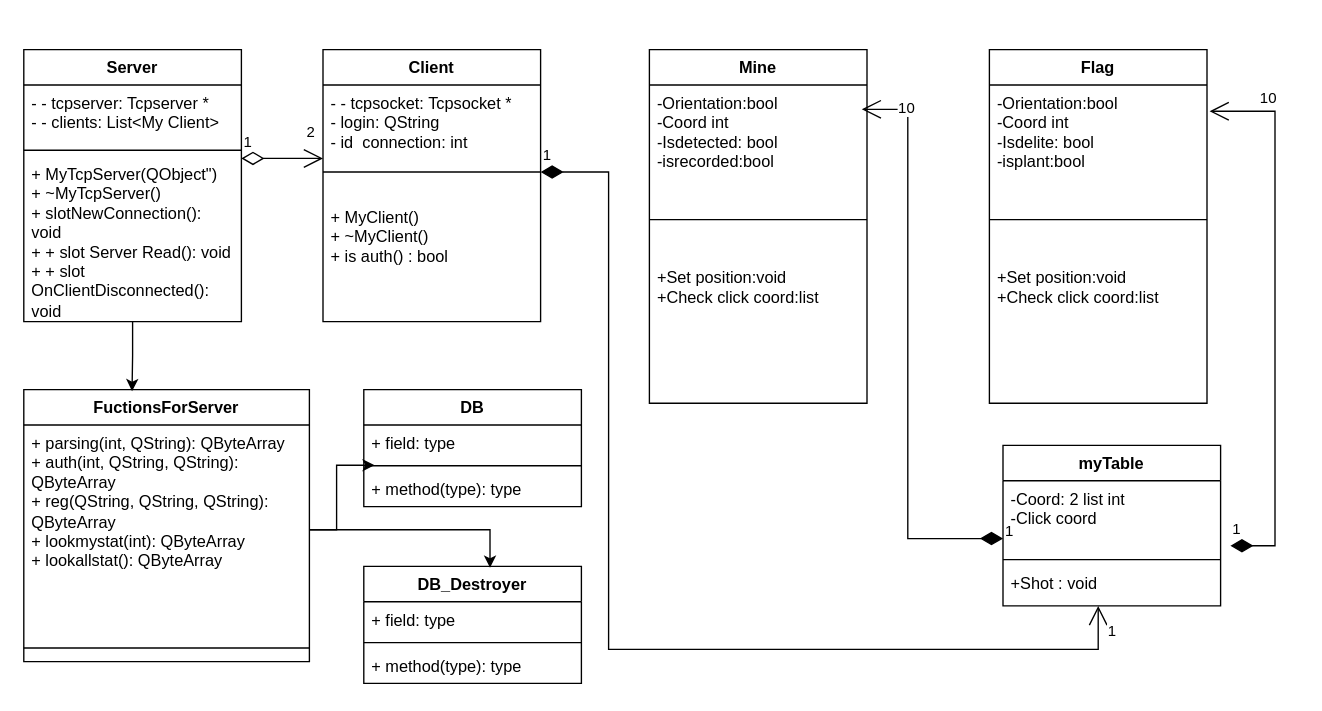
Galaxy-1337/Project_TMP keeps this draw.io diagram as Диаграмма.drawio. Above is the earlier version. Source tidied: cells renumbered, new cells numbered last; positions are measured from the earlier drawing's top-left corner, leaving out a move shared by most shapes. Both pictures are drawn from the tidied source at 136%, with x=0, y=0 at pixel (23, 49).
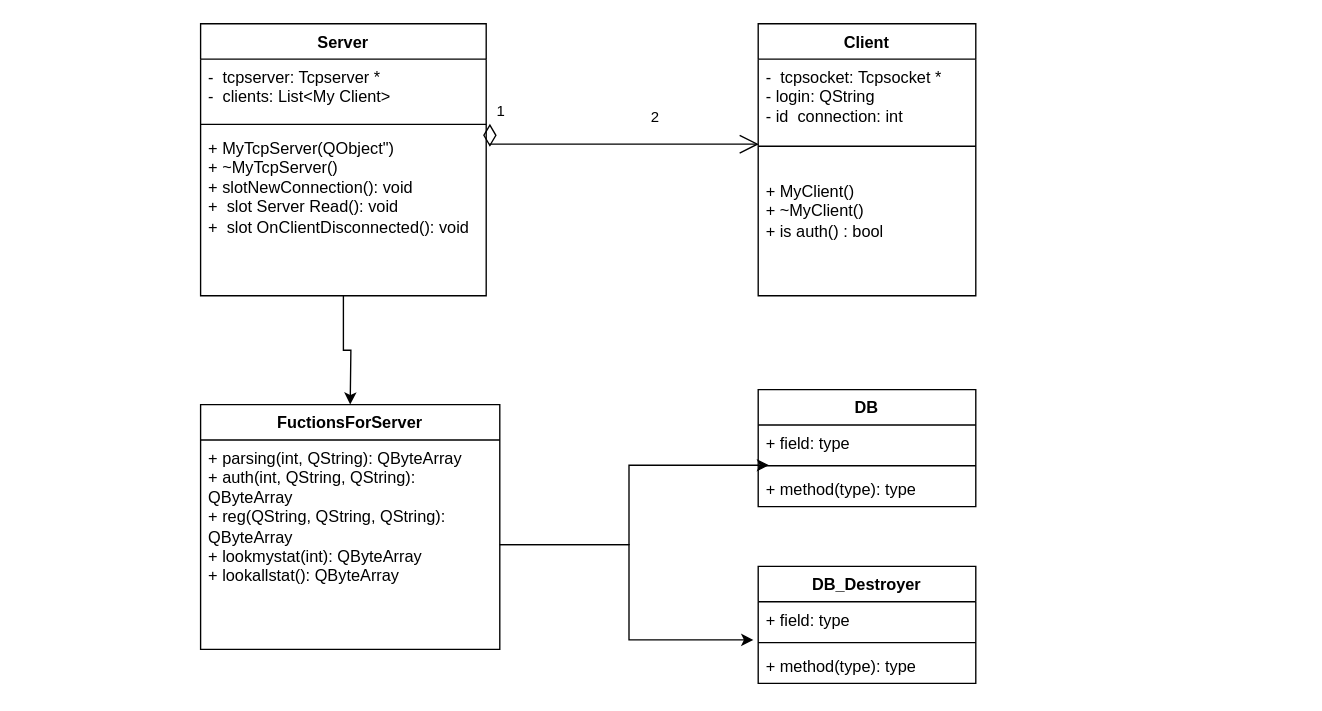
Above is the later version.

The change refers to these unchanged cells:
```xml
<mxCell id="4" style="line;strokeWidth=1;fillColor=none;align=left;verticalAlign=middle;spacingTop=-1;spacingLeft=3;spacingRight=3;labelPosition=right;points=[];portConstraint=eastwest;strokeColor=inherit;" parent="2" vertex="1">
  <mxGeometry y="70" width="160" height="40" as="geometry" />
</mxCell>
<mxCell id="14" value="+ field: type" style="text;strokeColor=none;fillColor=none;align=left;verticalAlign=top;spacingLeft=4;spacingRight=4;overflow=hidden;points=[[0,0.5],[1,0.5]];portConstraint=eastwest;whiteSpace=wrap;html=1;" parent="13" vertex="1">
  <mxGeometry y="26" width="160" height="26" as="geometry" />
</mxCell>
```

Change to the diagram source:
```diff
@@
     <mxCell id="2" value="Client" style="swimlane;fontStyle=1;align=center;verticalAlign=top;horizontal=1;startSize=26;whiteSpace=wrap;html=1;" parent="1" vertex="1">
-      <mxGeometry x="220" width="160" height="200" as="geometry" />
+      <mxGeometry x="540" y="-19" width="160" height="200" as="geometry" />
     </mxCell>
-    <mxCell id="3" value="&lt;div&gt;- - tcpsocket: Tcpsocket *&lt;/div&gt;&lt;div&gt;- login: QString&lt;/div&gt;&lt;div&gt;- id_connection: int&lt;/div&gt;" style="text;strokeColor=none;fillColor=none;align=left;verticalAlign=top;spacingLeft=4;spacingRight=4;overflow=hidden;whiteSpace=wrap;html=1;" parent="2" vertex="1">
+    <mxCell id="3" value="&lt;div&gt;-&amp;nbsp; tcpsocket: Tcpsocket *&lt;/div&gt;&lt;div&gt;- login: QString&lt;/div&gt;&lt;div&gt;- id_connection: int&lt;/div&gt;" style="text;strokeColor=none;fillColor=none;align=left;verticalAlign=top;spacingLeft=4;spacingRight=4;overflow=hidden;whiteSpace=wrap;html=1;" parent="2" vertex="1">
       <mxGeometry y="26" width="160" height="44" as="geometry" />
     </mxCell>
@@
     <mxCell id="6" value="Server" style="swimlane;fontStyle=1;align=center;verticalAlign=top;horizontal=1;startSize=26;whiteSpace=wrap;html=1;" parent="1" vertex="1">
-      <mxGeometry width="160" height="200" as="geometry" />
+      <mxGeometry x="130" y="-19" width="210" height="200" as="geometry" />
     </mxCell>
-    <mxCell id="7" value="- - tcpserver: Tcpserver *&lt;div&gt;- - clients: List&amp;lt;My Client&amp;gt;&lt;/div&gt;" style="text;strokeColor=none;fillColor=none;align=left;verticalAlign=top;spacingLeft=4;spacingRight=4;overflow=hidden;whiteSpace=wrap;html=1;" parent="6" vertex="1">
-      <mxGeometry y="26" width="160" height="44" as="geometry" />
+    <mxCell id="7" value="-&amp;nbsp; tcpserver: Tcpserver *&lt;div&gt;-&amp;nbsp; clients: List&amp;lt;My Client&amp;gt;&lt;/div&gt;" style="text;strokeColor=none;fillColor=none;align=left;verticalAlign=top;spacingLeft=4;spacingRight=4;overflow=hidden;whiteSpace=wrap;html=1;" parent="6" vertex="1">
+      <mxGeometry y="26" width="210" height="44" as="geometry" />
     </mxCell>
     <mxCell id="8" style="line;strokeWidth=1;fillColor=none;align=left;verticalAlign=middle;spacingTop=-1;spacingLeft=3;spacingRight=3;labelPosition=right;strokeColor=inherit;" parent="6" vertex="1">
-      <mxGeometry y="70" width="160" height="8" as="geometry" />
+      <mxGeometry y="70" width="210" height="8" as="geometry" />
     </mxCell>
-    <mxCell id="9" value="&lt;div&gt;+ MyTcpServer(QObject&quot;)&lt;/div&gt;&lt;div&gt;+ ~MyTcpServer()&lt;/div&gt;&lt;div&gt;+ slotNewConnection(): void&lt;/div&gt;&lt;div&gt;+ + slot Server Read(): void&lt;/div&gt;&lt;div&gt;+ + slot OnClientDisconnected(): void&lt;/div&gt;" style="text;strokeColor=none;fillColor=none;align=left;verticalAlign=top;spacingLeft=4;spacingRight=4;overflow=hidden;points=[[0,0.5],[1,0.5]];portConstraint=eastwest;whiteSpace=wrap;html=1;" parent="6" vertex="1">
-      <mxGeometry y="78" width="160" height="122" as="geometry" />
+    <mxCell id="9" value="&lt;div&gt;+ MyTcpServer(QObject&quot;)&lt;/div&gt;&lt;div&gt;+ ~MyTcpServer()&lt;/div&gt;&lt;div&gt;+ slotNewConnection(): void&lt;/div&gt;&lt;div&gt;+&amp;nbsp; slot Server Read(): void&lt;/div&gt;&lt;div&gt;+&amp;nbsp; slot OnClientDisconnected(): void&lt;/div&gt;" style="text;strokeColor=none;fillColor=none;align=left;verticalAlign=top;spacingLeft=4;spacingRight=4;overflow=hidden;points=[[0,0.5],[1,0.5]];portConstraint=eastwest;whiteSpace=wrap;html=1;" parent="6" vertex="1">
+      <mxGeometry y="78" width="210" height="122" as="geometry" />
     </mxCell>
     <mxCell id="10" value="FuctionsForServer" style="swimlane;fontStyle=1;align=center;verticalAlign=top;horizontal=1;startSize=26;whiteSpace=wrap;html=1;" parent="1" vertex="1">
-      <mxGeometry y="250" width="210" height="200" as="geometry" />
+      <mxGeometry x="130" y="261" width="220" height="180" as="geometry" />
     </mxCell>
     <mxCell id="11" value="&lt;div&gt;+ parsing(int, QString): QByteArray&lt;/div&gt;&lt;div&gt;+ auth(int, QString, QString): QByteArray&lt;/div&gt;&lt;div&gt;+ reg(QString, QString, QString):&lt;/div&gt;&lt;div&gt;QByteArray&lt;/div&gt;&lt;div&gt;+ lookmystat(int): QByteArray&lt;/div&gt;&lt;div&gt;+ lookallstat(): QByteArray&lt;/div&gt;" style="text;strokeColor=none;fillColor=none;align=left;verticalAlign=top;spacingLeft=4;spacingRight=4;overflow=hidden;points=[[0,0.5],[1,0.5]];portConstraint=eastwest;whiteSpace=wrap;html=1;" parent="10" vertex="1">
-      <mxGeometry y="26" width="210" height="154" as="geometry" />
+      <mxGeometry y="26" width="220" height="154" as="geometry" />
     </mxCell>
-    <mxCell id="12" style="line;strokeWidth=1;fillColor=none;align=left;verticalAlign=middle;spacingTop=-1;spacingLeft=3;spacingRight=3;labelPosition=right;strokeColor=inherit;" parent="10" vertex="1">
-      <mxGeometry y="180" width="210" height="20" as="geometry" />
-    </mxCell>
     <mxCell id="13" value="DB_Destroyer" style="swimlane;fontStyle=1;align=center;verticalAlign=top;horizontal=1;startSize=26;whiteSpace=wrap;html=1;" parent="1" vertex="1">
-      <mxGeometry x="250" y="380" width="160" height="86" as="geometry" />
+      <mxGeometry x="540" y="380" width="160" height="86" as="geometry" />
     </mxCell>
@@
     <mxCell id="17" value="DB" style="swimlane;fontStyle=1;align=center;verticalAlign=top;horizontal=1;startSize=26;whiteSpace=wrap;html=1;" parent="1" vertex="1">
-      <mxGeometry x="250" y="250" width="160" height="86" as="geometry" />
+      <mxGeometry x="540" y="250" width="160" height="86" as="geometry" />
     </mxCell>
@@
-    <mxCell id="21" value="1" style="endArrow=open;html=1;endSize=12;startArrow=diamondThin;startSize=14;startFill=0;edgeStyle=orthogonalEdgeStyle;align=left;verticalAlign=bottom;rounded=0;strokeWidth=1;" parent="1" edge="1">
+    <mxCell id="21" value="1" style="endArrow=open;html=1;endSize=12;startArrow=diamondThin;startSize=14;startFill=0;edgeStyle=orthogonalEdgeStyle;align=left;verticalAlign=bottom;rounded=0;strokeWidth=1;exitX=1.013;exitY=-0.037;exitDx=0;exitDy=0;exitPerimeter=0;entryX=0.003;entryY=0.463;entryDx=0;entryDy=0;entryPerimeter=0;" parent="1" edge="1" source="9" target="4">
       <mxGeometry x="-1" y="3" relative="1" as="geometry">
-        <mxPoint x="160" y="80" as="sourcePoint" />
-        <mxPoint x="220" y="80" as="targetPoint" />
+        <Array as="points">
+          <mxPoint x="343" y="70" />
+        </Array>
       </mxGeometry>
     </mxCell>
@@
-    <mxCell id="23" style="edgeStyle=orthogonalEdgeStyle;rounded=0;jettySize=auto;html=1;entryX=0.379;entryY=0.006;entryDx=0;entryDy=0;entryPerimeter=0;" parent="1" edge="1" source="6" target="10">
-      <mxGeometry relative="1" as="geometry" />
+    <mxCell id="23" style="edgeStyle=orthogonalEdgeStyle;rounded=0;jettySize=auto;html=1;" parent="1" edge="1" source="6">
+      <mxGeometry relative="1" as="geometry">
+        <mxPoint x="240" y="261" as="targetPoint" />
+      </mxGeometry>
     </mxCell>
@@
-    <mxCell id="25" style="edgeStyle=orthogonalEdgeStyle;rounded=0;jettySize=auto;html=1;entryX=0.58;entryY=0.012;entryDx=0;entryDy=0;entryPerimeter=0;" parent="1" edge="1" source="11" target="13">
+    <mxCell id="25" style="edgeStyle=orthogonalEdgeStyle;rounded=0;jettySize=auto;html=1;entryX=-0.022;entryY=1.077;entryDx=0;entryDy=0;entryPerimeter=0;" parent="1" edge="1" source="11" target="14">
       <mxGeometry relative="1" as="geometry" />
     </mxCell>
-    <mxCell id="26" value="Mine" style="swimlane;fontStyle=1;align=center;verticalAlign=top;horizontal=1;startSize=26;whiteSpace=wrap;html=1;" parent="1" vertex="1">
-      <mxGeometry x="460" width="160" height="260" as="geometry" />
-    </mxCell>
-    <mxCell id="27" value="-Orientation:bool&lt;div&gt;-Coord int&lt;/div&gt;&lt;div&gt;-Isdetected: bool&lt;/div&gt;&lt;div&gt;-isrecorded:bool&lt;/div&gt;" style="text;strokeColor=none;fillColor=none;align=left;verticalAlign=top;spacingLeft=4;spacingRight=4;overflow=hidden;points=[[0,0.5],[1,0.5]];portConstraint=eastwest;whiteSpace=wrap;html=1;" parent="26" vertex="1">
-      <mxGeometry y="26" width="160" height="84" as="geometry" />
-    </mxCell>
-    <mxCell id="28" value="1" style="endArrow=open;html=1;endSize=12;startArrow=diamondThin;startSize=14;startFill=1;edgeStyle=orthogonalEdgeStyle;align=left;verticalAlign=bottom;rounded=0;" parent="26" edge="1" target="32">
-      <mxGeometry x="-1" y="3" relative="1" as="geometry">
-        <mxPoint x="-80" y="90" as="sourcePoint" />
-        <Array as="points">
-          <mxPoint x="-30" y="90" />
-          <mxPoint x="-30" y="441" />
-          <mxPoint x="330" y="441" />
-        </Array>
-      </mxGeometry>
-    </mxCell>
-    <mxCell id="29" value="1" style="edgeLabel;html=1;align=center;verticalAlign=middle;" parent="28" vertex="1">
-      <mxGeometry x="0.84" relative="1" as="geometry">
-        <mxPoint x="40" y="-14" as="offset" />
-      </mxGeometry>
-    </mxCell>
-    <mxCell id="30" style="line;strokeWidth=1;fillColor=none;align=left;verticalAlign=middle;spacingTop=-1;spacingLeft=3;spacingRight=3;labelPosition=right;strokeColor=inherit;" parent="26" vertex="1">
-      <mxGeometry y="110" width="160" height="30" as="geometry" />
-    </mxCell>
-    <mxCell id="31" value="&lt;br&gt;&lt;div&gt;+Set position:void&lt;/div&gt;&lt;div&gt;+Check click coord:list&lt;/div&gt;" style="text;strokeColor=none;fillColor=none;align=left;verticalAlign=top;spacingLeft=4;spacingRight=4;overflow=hidden;whiteSpace=wrap;html=1;" parent="26" vertex="1">
-      <mxGeometry y="140" width="160" height="120" as="geometry" />
-    </mxCell>
-    <mxCell id="32" value="myTable" style="swimlane;fontStyle=1;align=center;verticalAlign=top;horizontal=1;startSize=26;whiteSpace=wrap;html=1;" parent="1" vertex="1">
-      <mxGeometry x="720" y="291" width="160" height="118" as="geometry" />
-    </mxCell>
-    <mxCell id="33" value="-Coord: 2 list int&lt;div&gt;-Click coord&lt;/div&gt;" style="text;strokeColor=none;fillColor=none;align=left;verticalAlign=top;spacingLeft=4;spacingRight=4;overflow=hidden;points=[[0,0.5],[1,0.5]];portConstraint=eastwest;whiteSpace=wrap;html=1;" parent="32" vertex="1">
-      <mxGeometry y="26" width="160" height="54" as="geometry" />
-    </mxCell>
-    <mxCell id="34" style="line;strokeWidth=1;fillColor=none;align=left;verticalAlign=middle;spacingTop=-1;spacingLeft=3;spacingRight=3;labelPosition=right;strokeColor=inherit;" parent="32" vertex="1">
-      <mxGeometry y="80" width="160" height="8" as="geometry" />
-    </mxCell>
-    <mxCell id="35" value="+Shot : void" style="text;strokeColor=none;fillColor=none;align=left;verticalAlign=top;spacingLeft=4;spacingRight=4;overflow=hidden;whiteSpace=wrap;html=1;" parent="32" vertex="1">
-      <mxGeometry y="88" width="160" height="30" as="geometry" />
-    </mxCell>
-    <mxCell id="36" value="Flag&lt;div&gt;&lt;br&gt;&lt;/div&gt;" style="swimlane;fontStyle=1;align=center;verticalAlign=top;horizontal=1;startSize=26;whiteSpace=wrap;html=1;" parent="1" vertex="1">
-      <mxGeometry x="710" width="160" height="260" as="geometry" />
-    </mxCell>
-    <mxCell id="37" value="-Orientation:bool&lt;div&gt;-Coord int&lt;/div&gt;&lt;div&gt;-Isdelite: bool&lt;/div&gt;&lt;div&gt;-isplant:bool&lt;/div&gt;" style="text;strokeColor=none;fillColor=none;align=left;verticalAlign=top;spacingLeft=4;spacingRight=4;overflow=hidden;points=[[0,0.5],[1,0.5]];portConstraint=eastwest;whiteSpace=wrap;html=1;" parent="36" vertex="1">
-      <mxGeometry y="26" width="160" height="84" as="geometry" />
-    </mxCell>
-    <mxCell id="38" style="line;strokeWidth=1;fillColor=none;align=left;verticalAlign=middle;spacingTop=-1;spacingLeft=3;spacingRight=3;labelPosition=right;strokeColor=inherit;" parent="36" vertex="1">
-      <mxGeometry y="110" width="160" height="30" as="geometry" />
-    </mxCell>
-    <mxCell id="39" value="&lt;br&gt;&lt;div&gt;+Set position:void&lt;/div&gt;&lt;div&gt;+Check click coord:list&lt;/div&gt;" style="text;strokeColor=none;fillColor=none;align=left;verticalAlign=top;spacingLeft=4;spacingRight=4;overflow=hidden;whiteSpace=wrap;html=1;" parent="36" vertex="1">
-      <mxGeometry y="140" width="160" height="120" as="geometry" />
-    </mxCell>
-    <mxCell id="40" value="1" style="endArrow=open;html=1;endSize=12;startArrow=diamondThin;startSize=14;startFill=1;edgeStyle=orthogonalEdgeStyle;align=left;verticalAlign=bottom;rounded=0;entryX=0.976;entryY=0.213;entryDx=0;entryDy=0;entryPerimeter=0;" parent="1" edge="1" target="27">
-      <mxGeometry x="-1" y="3" relative="1" as="geometry">
-        <mxPoint x="720" y="359.5" as="sourcePoint" />
-        <Array as="points">
-          <mxPoint x="650" y="360" />
-          <mxPoint x="650" y="44" />
-        </Array>
-      </mxGeometry>
-    </mxCell>
-    <mxCell id="41" value="10" style="edgeLabel;html=1;align=center;verticalAlign=middle;" parent="40" vertex="1">
-      <mxGeometry x="0.79" y="2" relative="1" as="geometry">
-        <mxPoint y="-12" as="offset" />
-      </mxGeometry>
-    </mxCell>
-    <mxCell id="42" value="1" style="endArrow=open;html=1;endSize=12;startArrow=diamondThin;startSize=14;startFill=1;edgeStyle=orthogonalEdgeStyle;align=left;verticalAlign=bottom;rounded=0;entryX=1.012;entryY=0.23;entryDx=0;entryDy=0;entryPerimeter=0;exitX=1.045;exitY=0.886;exitDx=0;exitDy=0;exitPerimeter=0;" parent="1" edge="1" source="33" target="37">
-      <mxGeometry x="-1" y="3" relative="1" as="geometry">
-        <Array as="points">
-          <mxPoint x="920" y="365" />
-          <mxPoint x="920" y="45" />
-        </Array>
-      </mxGeometry>
-    </mxCell>
-    <mxCell id="43" value="10" style="edgeLabel;html=1;align=center;verticalAlign=middle;" parent="42" vertex="1">
-      <mxGeometry x="0.79" y="2" relative="1" as="geometry">
-        <mxPoint y="-12" as="offset" />
-      </mxGeometry>
-    </mxCell>
```
